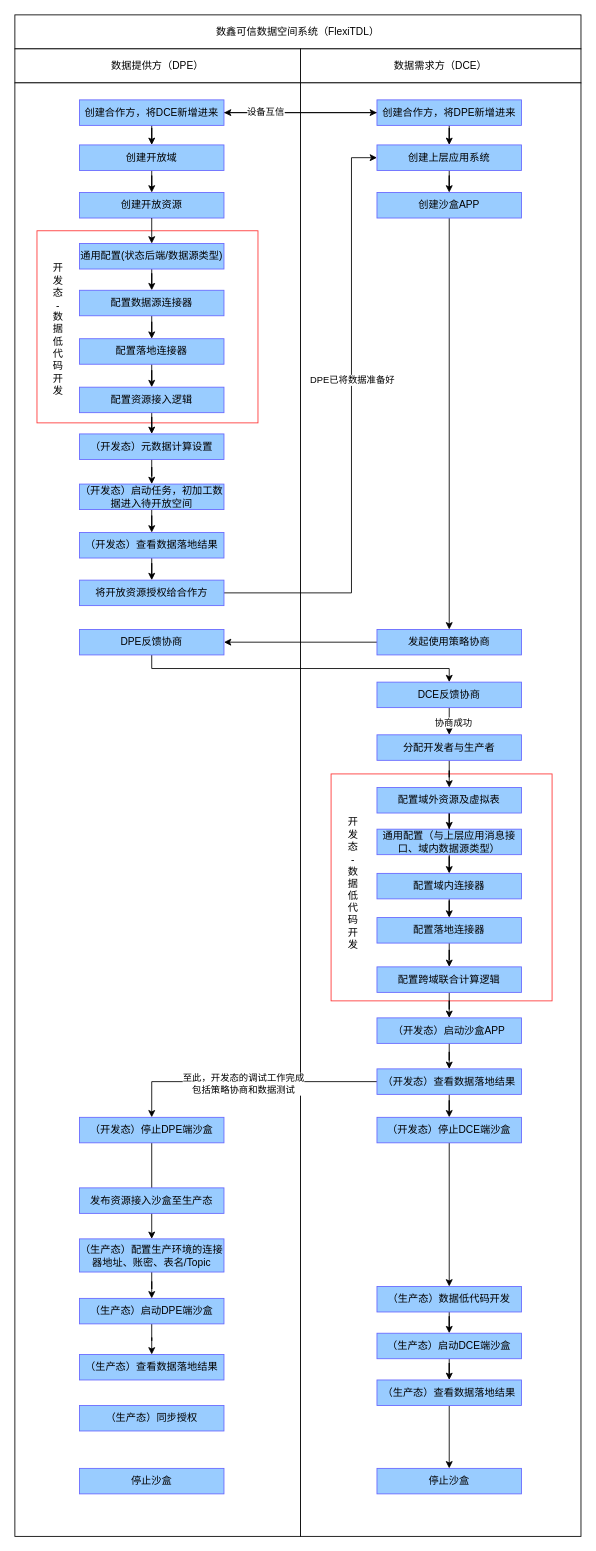
Earlier version of the draw.io diagram page "第 2 页" (2 of 2) of 数鑫流程.drawio (MiracleEgo/pmp). Source tidied: cells renumbered, new cells numbered last; positions are measured from the earlier drawing's top-left corner, leaving out a move shared by most shapes. Both pictures are drawn from the tidied source at 85%, with x=0, y=0 at pixel (14, 14).
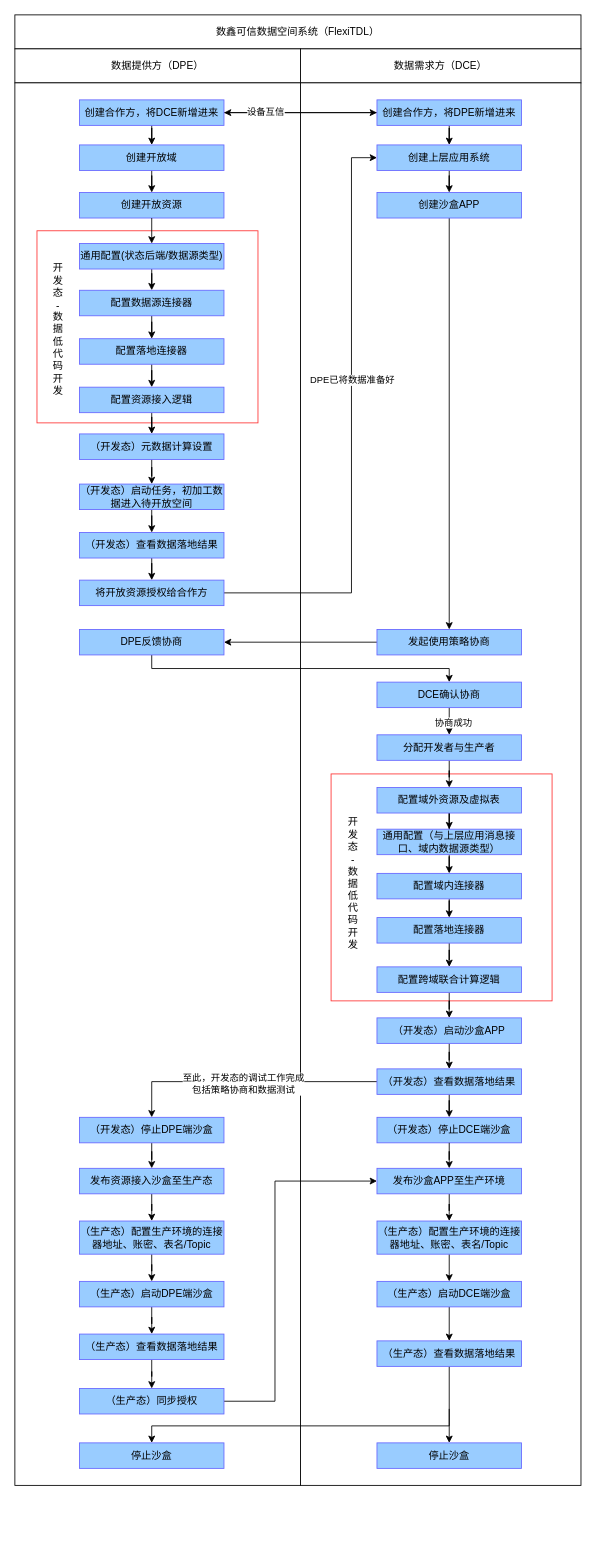
After the change.

Commit message (it also covers changes not shown here):
更新数鑫流程.drawio

Unchanged cells that the change refers to:
```xml
<mxCell id="43" value="（开发态）停止DCE端沙盒" style="rounded=0;whiteSpace=wrap;html=1;fillColor=#99CCFF;strokeColor=#6666FF;" parent="1" vertex="1">
  <mxGeometry x="426" y="1297" width="170" height="30" as="geometry" />
</mxCell>
<mxCell id="51" value="（开发态）停止DPE端沙盒" style="rounded=0;whiteSpace=wrap;html=1;fillColor=#99CCFF;strokeColor=#6666FF;" parent="1" vertex="1">
  <mxGeometry x="76" y="1297" width="170" height="30" as="geometry" />
</mxCell>
```

What changed in the source:
```diff
@@
     <mxCell id="5" style="rounded=0;whiteSpace=wrap;html=1;" parent="1" vertex="1">
-      <mxGeometry y="80" width="336" height="1710" as="geometry" />
+      <mxGeometry y="80" width="336" height="1650" as="geometry" />
     </mxCell>
     <mxCell id="6" style="rounded=0;whiteSpace=wrap;html=1;" parent="1" vertex="1">
-      <mxGeometry x="336" y="80" width="330" height="1710" as="geometry" />
+      <mxGeometry x="336" y="80" width="330" height="1650" as="geometry" />
     </mxCell>
@@
-    <mxCell id="27" value="DCE反馈协商" style="rounded=0;whiteSpace=wrap;html=1;fillColor=#99CCFF;strokeColor=#6666FF;" parent="1" vertex="1">
+    <mxCell id="27" value="DCE确认协商" style="rounded=0;whiteSpace=wrap;html=1;fillColor=#99CCFF;strokeColor=#6666FF;" parent="1" vertex="1">
       <mxGeometry x="426" y="785" width="170" height="30" as="geometry" />
     </mxCell>
     <mxCell id="28" value="停止沙盒" style="rounded=0;whiteSpace=wrap;html=1;fillColor=#99CCFF;strokeColor=#6666FF;" parent="1" vertex="1">
-      <mxGeometry x="76" y="1710" width="170" height="30" as="geometry" />
+      <mxGeometry x="76" y="1680" width="170" height="30" as="geometry" />
     </mxCell>
     <mxCell id="29" value="停止沙盒" style="rounded=0;whiteSpace=wrap;html=1;fillColor=#99CCFF;strokeColor=#6666FF;" parent="1" vertex="1">
-      <mxGeometry x="426" y="1710" width="170" height="30" as="geometry" />
+      <mxGeometry x="426" y="1680" width="170" height="30" as="geometry" />
     </mxCell>
@@
-    <mxCell id="42" style="edgeStyle=orthogonalEdgeStyle;rounded=0;jettySize=auto;html=1;entryX=0.5;entryY=0;entryDx=0;entryDy=0;fillColor=#99CCFF;strokeColor=#000000;" parent="1" edge="1" source="43" target="45">
+    <mxCell id="42" style="edgeStyle=orthogonalEdgeStyle;rounded=0;jettySize=auto;html=1;entryX=0.5;entryY=0;entryDx=0;entryDy=0;fillColor=#99CCFF;strokeColor=#000000;" parent="1" edge="1" source="92" target="93">
       <mxGeometry relative="1" as="geometry" />
     </mxCell>
@@
-    <mxCell id="44" style="edgeStyle=orthogonalEdgeStyle;rounded=0;jettySize=auto;html=1;entryX=0.5;entryY=0;entryDx=0;entryDy=0;fillColor=#99CCFF;strokeColor=#000000;" parent="1" edge="1" source="45" target="47">
+    <mxCell id="44" style="edgeStyle=orthogonalEdgeStyle;rounded=0;jettySize=auto;html=1;entryX=0.5;entryY=0;entryDx=0;entryDy=0;fillColor=#99CCFF;strokeColor=#000000;exitX=0.5;exitY=1;exitDx=0;exitDy=0;" parent="1" edge="1" source="93" target="47">
       <mxGeometry relative="1" as="geometry" />
     </mxCell>
-    <mxCell id="45" value="（生产态）数据低代码开发" style="rounded=0;whiteSpace=wrap;html=1;fillColor=#99CCFF;strokeColor=#6666FF;" parent="1" vertex="1">
-      <mxGeometry x="426" y="1496" width="170" height="30" as="geometry" />
-    </mxCell>
@@
     <mxCell id="47" value="（生产态）启动DCE端沙盒" style="rounded=0;whiteSpace=wrap;html=1;fillColor=#99CCFF;strokeColor=#6666FF;" parent="1" vertex="1">
-      <mxGeometry x="426" y="1551" width="170" height="30" as="geometry" />
+      <mxGeometry x="426" y="1490" width="170" height="30" as="geometry" />
     </mxCell>
@@
+    <mxCell id="87" style="edgeStyle=orthogonalEdgeStyle;rounded=0;jettySize=auto;html=1;entryX=0.5;entryY=0;entryDx=0;entryDy=0;" parent="1" edge="1" target="28">
+      <mxGeometry relative="1" as="geometry">
+        <mxPoint x="511" y="1640" as="sourcePoint" />
+        <Array as="points">
+          <mxPoint x="511" y="1660" />
+          <mxPoint x="161" y="1660" />
+        </Array>
+      </mxGeometry>
+    </mxCell>
     <mxCell id="49" value="（生产态）查看数据落地结果" style="rounded=0;whiteSpace=wrap;html=1;fillColor=#99CCFF;strokeColor=#6666FF;" parent="1" vertex="1">
-      <mxGeometry x="426" y="1606" width="170" height="30" as="geometry" />
+      <mxGeometry x="426" y="1560" width="170" height="30" as="geometry" />
     </mxCell>
-    <mxCell id="50" style="edgeStyle=orthogonalEdgeStyle;rounded=0;jettySize=auto;html=1;fillColor=#99CCFF;strokeColor=#000000;" parent="1" edge="1" source="51" target="53">
+    <mxCell id="50" style="edgeStyle=orthogonalEdgeStyle;rounded=0;jettySize=auto;html=1;fillColor=#99CCFF;strokeColor=#000000;entryX=0.5;entryY=0;entryDx=0;entryDy=0;" parent="1" edge="1" source="51" target="84">
       <mxGeometry relative="1" as="geometry" />
     </mxCell>
@@
     <mxCell id="53" value="（生产态）配置生产环境的连接器地址、账密、表名/Topic" style="rounded=0;whiteSpace=wrap;html=1;fillColor=#99CCFF;strokeColor=#6666FF;" parent="1" vertex="1">
-      <mxGeometry x="76" y="1440" width="170" height="39" as="geometry" />
+      <mxGeometry x="76" y="1419" width="170" height="39" as="geometry" />
     </mxCell>
@@
     <mxCell id="55" value="（生产态）启动DPE端沙盒" style="rounded=0;whiteSpace=wrap;html=1;fillColor=#99CCFF;strokeColor=#6666FF;" parent="1" vertex="1">
-      <mxGeometry x="76" y="1510" width="170" height="30" as="geometry" />
+      <mxGeometry x="76" y="1490" width="170" height="30" as="geometry" />
     </mxCell>
@@
+    <mxCell id="88" style="edgeStyle=orthogonalEdgeStyle;rounded=0;jettySize=auto;html=1;entryX=0.5;entryY=0;entryDx=0;entryDy=0;" parent="1" edge="1" source="84" target="53">
+      <mxGeometry relative="1" as="geometry" />
+    </mxCell>
     <mxCell id="84" value="发布资源接入沙盒至生产态" style="rounded=0;whiteSpace=wrap;html=1;fillColor=#99CCFF;strokeColor=#6666FF;" parent="1" vertex="1">
-      <mxGeometry x="76" y="1380" width="170" height="30" as="geometry" />
+      <mxGeometry x="76" y="1357" width="170" height="30" as="geometry" />
     </mxCell>
+    <mxCell id="89" style="edgeStyle=orthogonalEdgeStyle;rounded=0;jettySize=auto;html=1;" parent="1" edge="1" source="85" target="86">
+      <mxGeometry relative="1" as="geometry" />
+    </mxCell>
     <mxCell id="85" value="（生产态）查看数据落地结果" style="rounded=0;whiteSpace=wrap;html=1;fillColor=#99CCFF;strokeColor=#6666FF;" parent="1" vertex="1">
-      <mxGeometry x="76" y="1576" width="170" height="30" as="geometry" />
+      <mxGeometry x="76" y="1552" width="170" height="30" as="geometry" />
     </mxCell>
+    <mxCell id="90" style="edgeStyle=orthogonalEdgeStyle;rounded=0;jettySize=auto;html=1;entryX=0;entryY=0.5;entryDx=0;entryDy=0;exitX=1;exitY=0.5;exitDx=0;exitDy=0;" parent="1" edge="1" source="86" target="92">
+      <mxGeometry relative="1" as="geometry">
+        <Array as="points">
+          <mxPoint x="306" y="1631" />
+          <mxPoint x="306" y="1372" />
+        </Array>
+      </mxGeometry>
+    </mxCell>
     <mxCell id="86" value="（生产态）同步授权" style="rounded=0;whiteSpace=wrap;html=1;fillColor=#99CCFF;strokeColor=#6666FF;" parent="1" vertex="1">
-      <mxGeometry x="76" y="1636" width="170" height="30" as="geometry" />
+      <mxGeometry x="76" y="1616" width="170" height="30" as="geometry" />
     </mxCell>
+    <mxCell id="91" style="edgeStyle=orthogonalEdgeStyle;rounded=0;jettySize=auto;html=1;entryX=0.5;entryY=0;entryDx=0;entryDy=0;fillColor=#99CCFF;strokeColor=#000000;" parent="1" edge="1" source="43" target="92">
+      <mxGeometry relative="1" as="geometry" />
+    </mxCell>
+    <mxCell id="92" value="发布沙盒APP至生产环境" style="rounded=0;whiteSpace=wrap;html=1;fillColor=#99CCFF;strokeColor=#6666FF;" parent="1" vertex="1">
+      <mxGeometry x="426" y="1357" width="170" height="30" as="geometry" />
+    </mxCell>
+    <mxCell id="93" value="（生产态）配置生产环境的连接器地址、账密、表名/Topic" style="rounded=0;whiteSpace=wrap;html=1;fillColor=#99CCFF;strokeColor=#6666FF;" parent="1" vertex="1">
+      <mxGeometry x="426" y="1419" width="170" height="39" as="geometry" />
+    </mxCell>
```
